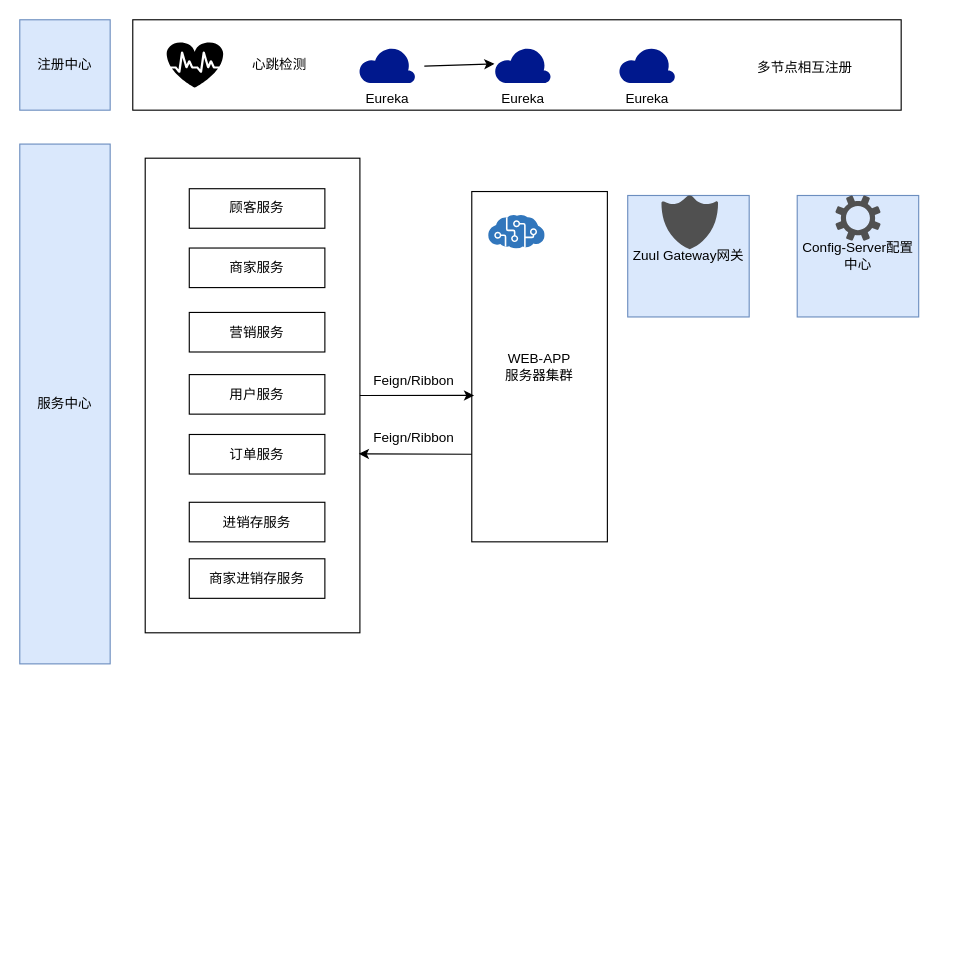
Before: Untitled Diagram.drawio in VanShell/xufan, a draw.io diagram. Source tidied: cells renumbered, new cells numbered last; positions are measured from the earlier drawing's top-left corner, leaving out a move shared by most shapes. Both pictures are drawn from the tidied source at 113%, with x=0, y=0 at pixel (19, 19).
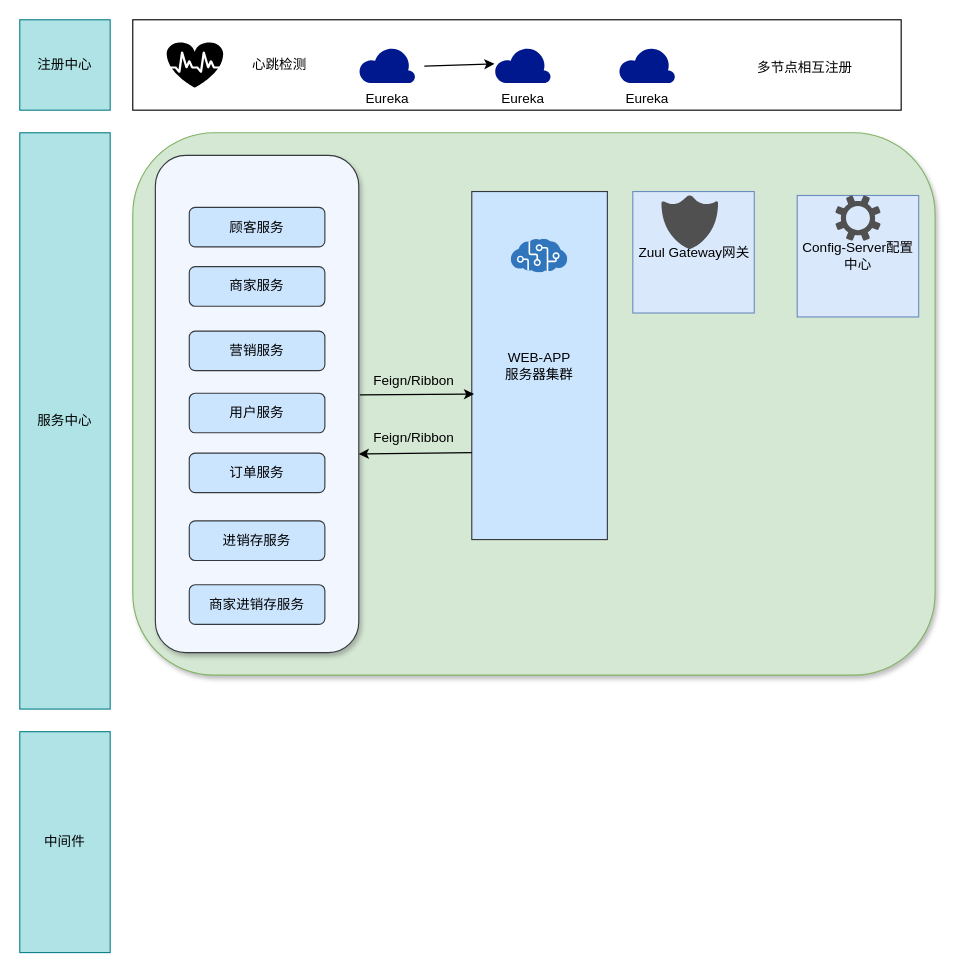
Above is the later version.

Change to the diagram source:
```diff
@@
+    <mxCell id="30" style="rounded=1;whiteSpace=wrap;html=1;shadow=1;strokeColor=#82b366;fillColor=#d5e8d4;sketch=0;glass=0;" parent="1" vertex="1">
+      <mxGeometry x="100" y="100" width="710" height="480" as="geometry" />
+    </mxCell>
+    <mxCell id="31" style="rounded=1;whiteSpace=wrap;html=1;strokeColor=#36393d;shadow=1;z-index=101;fillColor=#F2F7FF;" parent="1" vertex="1">
+      <mxGeometry x="120" y="120" width="180" height="440" as="geometry" />
+    </mxCell>
-    <mxCell id="2" value="注册中心" style="whiteSpace=wrap;html=1;fillColor=#dae8fc;strokeColor=#6c8ebf;" parent="1" vertex="1">
+    <mxCell id="2" value="注册中心" style="whiteSpace=wrap;html=1;fillColor=#b0e3e6;strokeColor=#0e8088;" parent="1" vertex="1">
       <mxGeometry width="80" height="80" as="geometry" />
     </mxCell>
@@
     <mxCell id="4" value="Zuul Gateway网关" style="whiteSpace=wrap;html=1;fillColor=#dae8fc;strokeColor=#6c8ebf;" parent="1" vertex="1">
-      <mxGeometry x="538" y="155.5" width="107.5" height="107.5" as="geometry" />
+      <mxGeometry x="542.5" y="152" width="107.5" height="107.5" as="geometry" />
     </mxCell>
@@
-    <mxCell id="13" value="服务中心" style="rounded=0;whiteSpace=wrap;html=1;strokeColor=#6c8ebf;fillColor=#dae8fc;" parent="1" vertex="1">
-      <mxGeometry y="110" width="80" height="460" as="geometry" />
+    <mxCell id="13" value="服务中心" style="rounded=0;whiteSpace=wrap;html=1;strokeColor=#0e8088;fillColor=#b0e3e6;" parent="1" vertex="1">
+      <mxGeometry y="100" width="80" height="510" as="geometry" />
     </mxCell>
@@
-    <mxCell id="16" value="顾客服务" style="rounded=0;whiteSpace=wrap;html=1;" parent="1" vertex="1">
-      <mxGeometry x="150" y="149.5" width="120" height="35" as="geometry" />
+    <mxCell id="16" value="顾客服务" style="rounded=1;whiteSpace=wrap;html=1;strokeColor=#36393d;fillColor=#cce5ff;" parent="1" vertex="1">
+      <mxGeometry x="150" y="166" width="120" height="35" as="geometry" />
     </mxCell>
-    <mxCell id="17" value="进销存服务" style="rounded=0;whiteSpace=wrap;html=1;strokeColor=#000000;" parent="1" vertex="1">
-      <mxGeometry x="150" y="427" width="120" height="35" as="geometry" />
+    <mxCell id="17" value="进销存服务" style="rounded=1;whiteSpace=wrap;html=1;strokeColor=#36393d;fillColor=#cce5ff;" parent="1" vertex="1">
+      <mxGeometry x="150" y="443.5" width="120" height="35" as="geometry" />
     </mxCell>
-    <mxCell id="18" value="商家服务" style="rounded=0;whiteSpace=wrap;html=1;strokeColor=#000000;" parent="1" vertex="1">
-      <mxGeometry x="150" y="202" width="120" height="35" as="geometry" />
+    <mxCell id="18" value="商家服务" style="rounded=1;whiteSpace=wrap;html=1;strokeColor=#36393d;fillColor=#cce5ff;" parent="1" vertex="1">
+      <mxGeometry x="150" y="218.5" width="120" height="35" as="geometry" />
     </mxCell>
-    <mxCell id="19" value="订单服务" style="rounded=0;whiteSpace=wrap;html=1;strokeColor=#000000;" parent="1" vertex="1">
-      <mxGeometry x="150" y="367" width="120" height="35" as="geometry" />
+    <mxCell id="19" value="订单服务" style="rounded=1;whiteSpace=wrap;html=1;strokeColor=#36393d;fillColor=#cce5ff;" parent="1" vertex="1">
+      <mxGeometry x="150" y="383.5" width="120" height="35" as="geometry" />
     </mxCell>
-    <mxCell id="20" value="营销服务" style="rounded=0;whiteSpace=wrap;html=1;strokeColor=#000000;" parent="1" vertex="1">
-      <mxGeometry x="150" y="259" width="120" height="35" as="geometry" />
+    <mxCell id="20" value="营销服务" style="rounded=1;whiteSpace=wrap;html=1;strokeColor=#36393d;fillColor=#cce5ff;" parent="1" vertex="1">
+      <mxGeometry x="150" y="275.5" width="120" height="35" as="geometry" />
     </mxCell>
-    <mxCell id="21" value="用户服务" style="rounded=0;whiteSpace=wrap;html=1;strokeColor=#000000;" parent="1" vertex="1">
-      <mxGeometry x="150" y="314" width="120" height="35" as="geometry" />
+    <mxCell id="21" value="用户服务" style="rounded=1;whiteSpace=wrap;html=1;strokeColor=#36393d;fillColor=#cce5ff;" parent="1" vertex="1">
+      <mxGeometry x="150" y="330.5" width="120" height="35" as="geometry" />
     </mxCell>
-    <mxCell id="22" value="商家进销存服务" style="rounded=0;whiteSpace=wrap;html=1;strokeColor=#000000;" parent="1" vertex="1">
-      <mxGeometry x="150" y="477" width="120" height="35" as="geometry" />
-    </mxCell>
-    <mxCell id="23" value="WEB-APP&lt;br&gt;服务器集群" style="rounded=0;whiteSpace=wrap;html=1;strokeColor=#000000;fillColor=#ffffff;" parent="1" vertex="1">
-      <mxGeometry x="400" y="152" width="120" height="310" as="geometry" />
+    <mxCell id="23" value="WEB-APP&lt;br&gt;服务器集群" style="rounded=0;whiteSpace=wrap;html=1;strokeColor=#36393d;fillColor=#cce5ff;" parent="1" vertex="1">
+      <mxGeometry x="400" y="152" width="120" height="308" as="geometry" />
     </mxCell>
     <mxCell id="24" style="html=1;align=center;image;fontSize=12;image=img/lib/mscae/Cognitive_Services.svg;strokeColor=#000000;fillColor=#ffffff;" parent="1" vertex="1">
-      <mxGeometry x="415" y="173" width="50" height="30" as="geometry" />
+      <mxGeometry x="435" y="194.2" width="50" height="30" as="geometry" />
     </mxCell>
-    <mxCell id="25" style="rounded=0;whiteSpace=wrap;html=1;strokeColor=#000000;fillColor=none;" parent="1" vertex="1">
-      <mxGeometry x="111" y="122.5" width="190" height="420" as="geometry" />
-    </mxCell>
-    <mxCell id="26" style="endArrow=classic;html=1;entryX=0.017;entryY=0.582;entryDx=0;entryDy=0;entryPerimeter=0;" parent="1" edge="1" source="25" target="23">
-      <mxGeometry relative="1" as="geometry" />
+    <mxCell id="26" style="endArrow=classic;html=1;entryX=0.017;entryY=0.582;entryDx=0;entryDy=0;entryPerimeter=0;" parent="1" edge="1" target="23">
+      <mxGeometry relative="1" as="geometry">
+        <mxPoint x="301" y="331.9" as="sourcePoint" />
+      </mxGeometry>
     </mxCell>
-    <mxCell id="27" style="endArrow=classic;html=1;entryX=0.995;entryY=0.623;entryDx=0;entryDy=0;entryPerimeter=0;exitX=0;exitY=0.75;exitDx=0;exitDy=0;" parent="1" edge="1" source="23" target="25">
-      <mxGeometry relative="1" as="geometry" />
+    <mxCell id="27" style="endArrow=classic;html=1;entryX=0.995;entryY=0.623;entryDx=0;entryDy=0;entryPerimeter=0;exitX=0;exitY=0.75;exitDx=0;exitDy=0;" parent="1" edge="1" source="23">
+      <mxGeometry relative="1" as="geometry">
+        <mxPoint x="300" y="384.2" as="targetPoint" />
+      </mxGeometry>
     </mxCell>
@@
+    <mxCell id="32" value="中间件" style="rounded=0;whiteSpace=wrap;html=1;strokeColor=#0e8088;fillColor=#b0e3e6;" parent="1" vertex="1">
+      <mxGeometry y="630" width="80" height="195.5" as="geometry" />
+    </mxCell>
+    <mxCell id="22" value="商家进销存服务" style="rounded=1;whiteSpace=wrap;html=1;strokeColor=#36393d;fillColor=#cce5ff;" parent="1" vertex="1">
+      <mxGeometry x="150" y="500" width="120" height="35" as="geometry" />
+    </mxCell>
```
